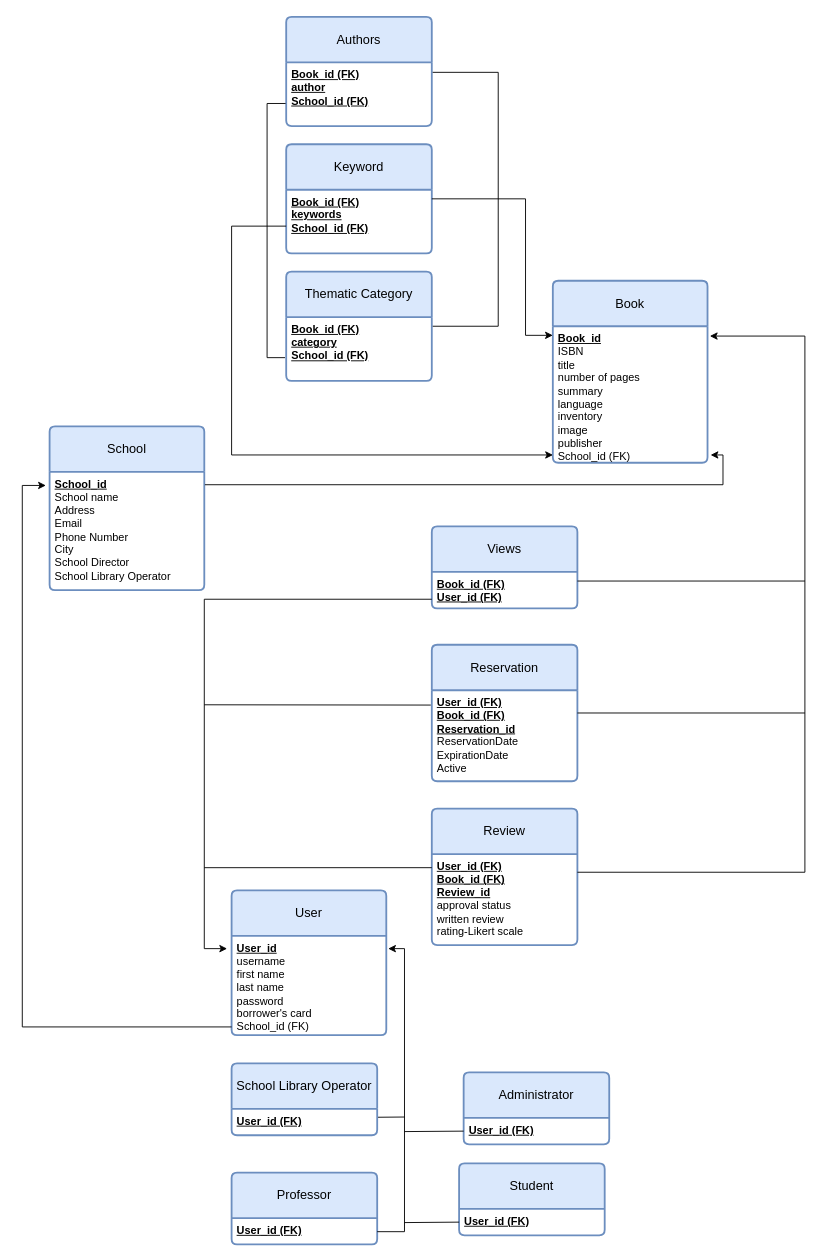
This is diagrams/Prosxedio-relational.drawio from ntua-el19877/Databases, a draw.io file, before an edit. Source tidied: cells renumbered, new cells numbered last; positions are measured from the earlier drawing's top-left corner, leaving out a move shared by most shapes. Both pictures are drawn from the tidied source at 91%, with x=0, y=0 at pixel (22, 16).
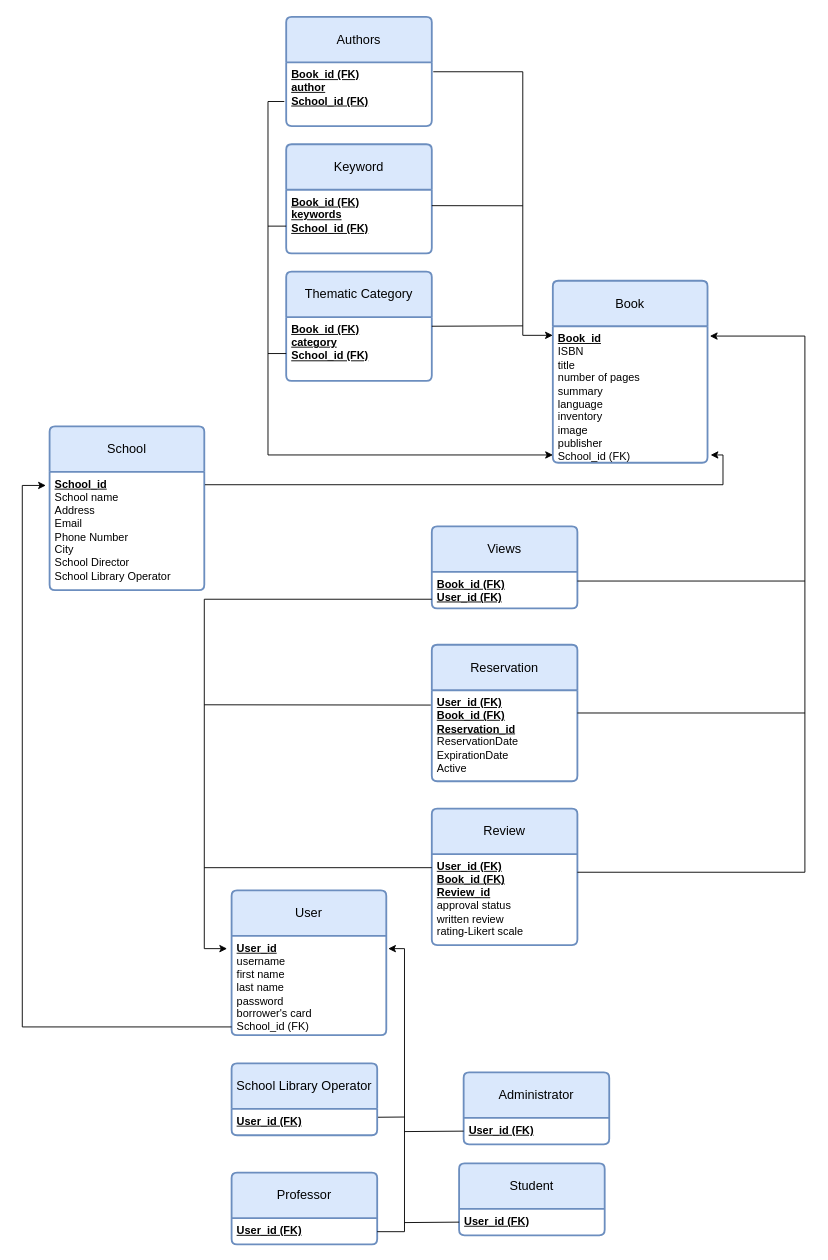
The same diagram, later.

The change refers to these unchanged cells:
```xml
<mxCell id="5" value="&lt;b&gt;&lt;u&gt;Book_id&lt;/u&gt;&lt;br&gt;&lt;/b&gt;ISBN&lt;br&gt;title&lt;br&gt;number of pages&lt;br&gt;summary&lt;br&gt;language&lt;br&gt;inventory&lt;br&gt;image&lt;br&gt;publisher&lt;br&gt;School_id (FK)" style="align=left;strokeColor=none;fillColor=none;spacingLeft=4;fontSize=12;verticalAlign=top;html=1;" parent="4" vertex="1">
  <mxGeometry y="50" width="170" height="150" as="geometry" />
</mxCell>
<mxCell id="6" value="Keyword" style="swimlane;horizontal=1;startSize=50;rounded=1;fontSize=14;fontStyle=0;strokeWidth=2;shadow=0;dashed=0;align=center;arcSize=4;whiteSpace=wrap;html=1;fillColor=#dae8fc;strokeColor=#6c8ebf;" parent="1" vertex="1">
  <mxGeometry x="290" y="140" width="160" height="120" as="geometry" />
</mxCell>
<mxCell id="7" value="&lt;b&gt;&lt;u&gt;Book_id (FK)&lt;/u&gt;&lt;/b&gt;&lt;br&gt;&lt;b&gt;&lt;u&gt;keywords&lt;br&gt;&lt;/u&gt;&lt;/b&gt;&lt;b style=&quot;border-color: var(--border-color);&quot;&gt;&lt;u style=&quot;border-color: var(--border-color);&quot;&gt;School_id (FK)&lt;/u&gt;&lt;/b&gt;&lt;b&gt;&lt;u&gt;&lt;br&gt;&lt;/u&gt;&lt;/b&gt;" style="align=left;strokeColor=none;fillColor=none;spacingLeft=4;fontSize=12;verticalAlign=top;html=1;" parent="6" vertex="1">
  <mxGeometry y="50" width="160" height="70" as="geometry" />
</mxCell>
<mxCell id="9" value="&lt;b&gt;&lt;u&gt;Book_id (FK)&lt;/u&gt;&lt;/b&gt;&lt;br&gt;&lt;b&gt;&lt;u&gt;category&lt;br&gt;&lt;/u&gt;&lt;/b&gt;&lt;b style=&quot;border-color: var(--border-color);&quot;&gt;&lt;u style=&quot;border-color: var(--border-color);&quot;&gt;School_id (FK)&lt;/u&gt;&lt;/b&gt;&lt;b&gt;&lt;u&gt;&lt;br&gt;&lt;/u&gt;&lt;/b&gt;" style="align=left;strokeColor=none;fillColor=none;spacingLeft=4;fontSize=12;verticalAlign=top;html=1;" parent="8" vertex="1">
  <mxGeometry y="50" width="160" height="70" as="geometry" />
</mxCell>
<mxCell id="11" value="&lt;b&gt;&lt;u&gt;Book_id (FK)&lt;/u&gt;&lt;/b&gt;&lt;br&gt;&lt;b&gt;&lt;u&gt;author&lt;br&gt;&lt;/u&gt;&lt;/b&gt;&lt;b style=&quot;border-color: var(--border-color);&quot;&gt;&lt;u style=&quot;border-color: var(--border-color);&quot;&gt;School_id (FK)&lt;/u&gt;&lt;/b&gt;" style="align=left;strokeColor=none;fillColor=none;spacingLeft=4;fontSize=12;verticalAlign=top;html=1;" parent="10" vertex="1">
  <mxGeometry y="50" width="160" height="70" as="geometry" />
</mxCell>
```

What changed in the source:
```diff
@@
-    <mxCell id="39" style="endArrow=none;html=1;rounded=0;exitX=1.006;exitY=0.157;exitDx=0;exitDy=0;exitPerimeter=0;edgeStyle=elbowEdgeStyle;" parent="1" edge="1" source="11">
-      <mxGeometry relative="1" as="geometry">
-        <mxPoint x="451" y="340" as="targetPoint" />
-        <Array as="points">
-          <mxPoint x="523" y="200" />
-          <mxPoint x="520" y="270" />
-        </Array>
-      </mxGeometry>
-    </mxCell>
-    <mxCell id="40" style="edgeStyle=elbowEdgeStyle;jettySize=auto;html=1;rounded=0;exitX=1;exitY=0.5;exitDx=0;exitDy=0;" parent="1" edge="1" source="6">
+    <mxCell id="40" style="edgeStyle=elbowEdgeStyle;jettySize=auto;html=1;rounded=0;exitX=1.01;exitY=0.148;exitDx=0;exitDy=0;exitPerimeter=0;" parent="1" edge="1" source="11">
       <mxGeometry relative="1" as="geometry">
         <mxPoint x="583" y="350" as="targetPoint" />
         <Array as="points">
+          <mxPoint x="550" y="210" />
           <mxPoint x="553" y="270" />
         </Array>
       </mxGeometry>
     </mxCell>
@@
-    <mxCell id="42" style="endArrow=none;html=1;rounded=0;exitX=-0.004;exitY=0.646;exitDx=0;exitDy=0;exitPerimeter=0;edgeStyle=elbowEdgeStyle;entryX=-0.008;entryY=0.636;entryDx=0;entryDy=0;entryPerimeter=0;" parent="1" edge="1" source="11" target="9">
-      <mxGeometry relative="1" as="geometry">
-        <Array as="points">
-          <mxPoint x="269" y="309" />
-        </Array>
-      </mxGeometry>
-    </mxCell>
-    <mxCell id="43" style="edgeStyle=elbowEdgeStyle;jettySize=auto;html=1;rounded=0;endArrow=none;endFill=0;exitX=0.001;exitY=0.943;exitDx=0;exitDy=0;exitPerimeter=0;startArrow=classic;startFill=1;" parent="1" edge="1" source="5">
+    <mxCell id="43" style="edgeStyle=elbowEdgeStyle;jettySize=auto;html=1;rounded=0;endArrow=none;endFill=0;exitX=0.001;exitY=0.943;exitDx=0;exitDy=0;exitPerimeter=0;startArrow=classic;startFill=1;entryX=-0.013;entryY=0.615;entryDx=0;entryDy=0;entryPerimeter=0;" parent="1" edge="1" source="5" target="11">
       <mxGeometry relative="1" as="geometry">
-        <mxPoint x="290" y="230" as="targetPoint" />
         <Array as="points">
+          <mxPoint x="270" y="100" />
+          <mxPoint x="270" y="370" />
           <mxPoint x="230" y="350" />
         </Array>
       </mxGeometry>
     </mxCell>
+    <mxCell id="44" style="edgeStyle=none;orthogonalLoop=1;jettySize=auto;html=1;rounded=0;endArrow=none;endFill=0;" parent="1" edge="1">
+      <mxGeometry relative="1" as="geometry">
+        <mxPoint x="270" y="230" as="sourcePoint" />
+        <mxPoint x="290" y="230" as="targetPoint" />
+      </mxGeometry>
+    </mxCell>
+    <mxCell id="45" style="edgeStyle=none;orthogonalLoop=1;jettySize=auto;html=1;rounded=0;endArrow=none;endFill=0;" parent="1" edge="1">
+      <mxGeometry relative="1" as="geometry">
+        <mxPoint x="270" y="370" as="sourcePoint" />
+        <mxPoint x="290" y="370" as="targetPoint" />
+      </mxGeometry>
+    </mxCell>
+    <mxCell id="46" style="rounded=0;jettySize=auto;html=1;exitX=1;exitY=0.25;exitDx=0;exitDy=0;endArrow=none;endFill=0;" parent="1" edge="1" source="7">
+      <mxGeometry relative="1" as="geometry">
+        <mxPoint x="550" y="207.6" as="targetPoint" />
+      </mxGeometry>
+    </mxCell>
+    <mxCell id="47" style="rounded=0;orthogonalLoop=1;jettySize=auto;html=1;exitX=1;exitY=0.25;exitDx=0;exitDy=0;endArrow=none;endFill=0;" parent="1" edge="1">
+      <mxGeometry relative="1" as="geometry">
+        <mxPoint x="450" y="340" as="sourcePoint" />
+        <mxPoint x="550" y="339.6" as="targetPoint" />
+      </mxGeometry>
+    </mxCell>
```
